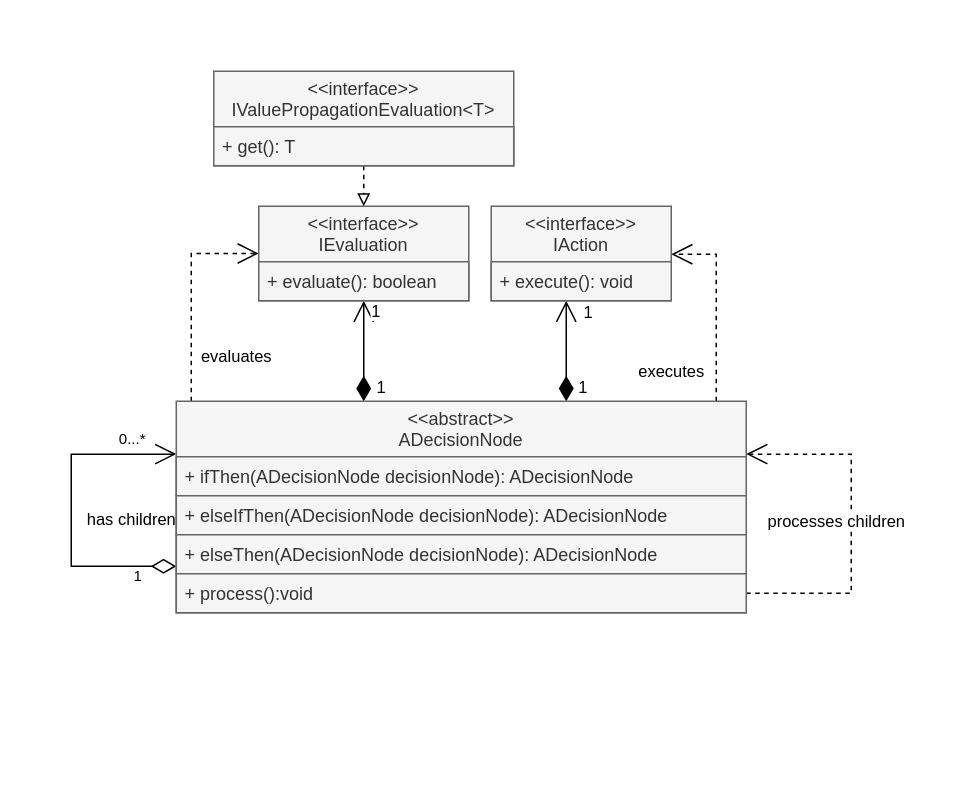
Above: doc/class-diagram.drawio in Hasatori/Decision-Tree-Tool (draw.io), before the change. Source tidied: cells renumbered, new cells numbered last; positions are measured from the earlier drawing's top-left corner, leaving out a move shared by most shapes. Both pictures are drawn from the tidied source at 150%, with x=0, y=0 at pixel (26, 26).
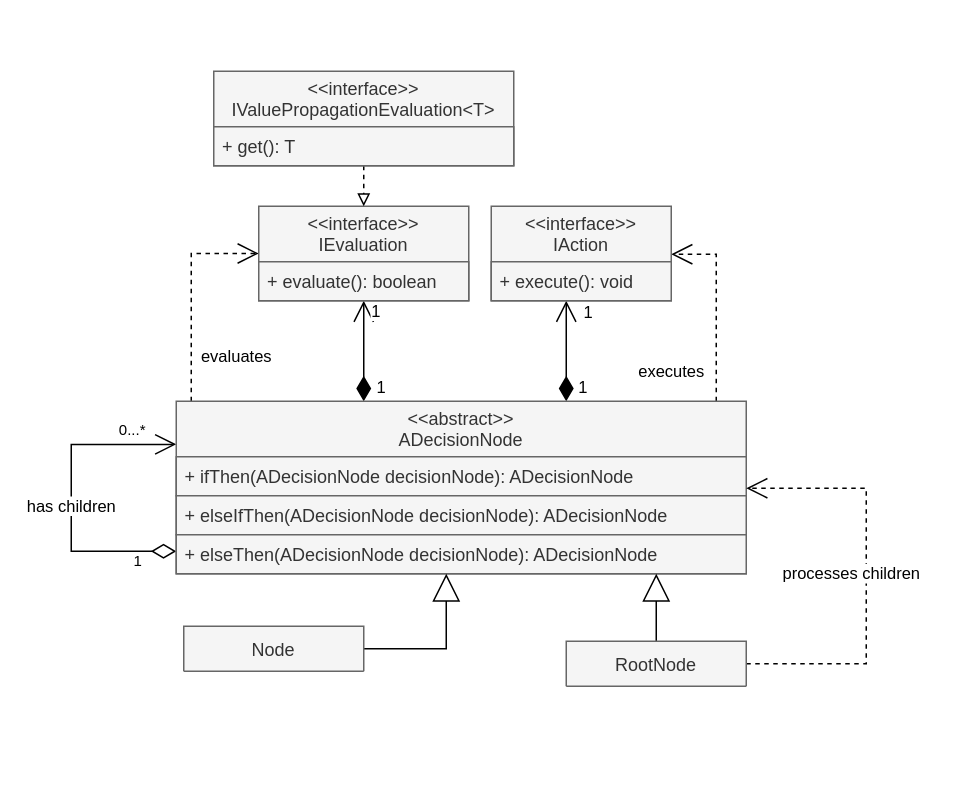
After the change.

Change to the diagram source:
```diff
@@
     <mxCell id="2" style="rounded=0;whiteSpace=wrap;html=1;labelBorderColor=none;strokeColor=none;" parent="1" vertex="1">
-      <mxGeometry width="600" height="440" as="geometry" />
+      <mxGeometry y="10" width="610" height="490" as="geometry" />
     </mxCell>
@@
     <mxCell id="9" value="has children" style="endArrow=open;html=1;endSize=12;startArrow=diamondThin;startSize=14;startFill=0;edgeStyle=orthogonalEdgeStyle;entryX=0;entryY=0.25;entryDx=0;entryDy=0;rounded=0;" parent="1" edge="1" source="12" target="12">
-      <mxGeometry x="-0.06" y="-40" relative="1" as="geometry">
+      <mxGeometry x="-0.05" relative="1" as="geometry">
         <Array as="points">
-          <mxPoint x="30" y="360" />
-          <mxPoint x="30" y="285" />
+          <mxPoint x="30" y="350" />
+          <mxPoint x="30" y="279" />
         </Array>
       </mxGeometry>
     </mxCell>
@@
     <mxCell id="12" value="&lt;&lt;abstract&gt;&gt;&#10;ADecisionNode" style="swimlane;fontStyle=0;horizontal=1;startSize=37;fillColor=#f5f5f5;strokeColor=#666666;fontColor=#333333;" parent="1" vertex="1">
-      <mxGeometry x="100" y="250" width="380" height="141" as="geometry" />
+      <mxGeometry x="100" y="250" width="380" height="115" as="geometry" />
     </mxCell>
@@
-    <mxCell id="16" value="processes children" style="endArrow=open;endSize=12;dashed=1;html=1;exitX=1;exitY=0.5;exitDx=0;exitDy=0;entryX=1;entryY=0.25;entryDx=0;entryDy=0;rounded=0;edgeStyle=orthogonalEdgeStyle;" parent="12" edge="1" source="17" target="12">
-      <mxGeometry x="0.01" y="10" relative="1" as="geometry">
-        <Array as="points">
-          <mxPoint x="450" y="128" />
-          <mxPoint x="450" y="35" />
-        </Array>
-      </mxGeometry>
-    </mxCell>
-    <mxCell id="17" value="+ process():void" style="text;align=left;verticalAlign=top;spacingLeft=4;spacingRight=4;overflow=hidden;points=[[0,0.5],[1,0.5]];portConstraint=eastwest;strokeColor=#666666;fillColor=#f5f5f5;fontColor=#333333;" parent="12" vertex="1">
-      <mxGeometry y="115" width="380" height="26" as="geometry" />
-    </mxCell>
@@
+    <mxCell id="16" value="processes children" style="endArrow=open;endSize=12;dashed=1;html=1;rounded=0;edgeStyle=orthogonalEdgeStyle;exitX=1;exitY=0.5;exitDx=0;exitDy=0;" parent="1" edge="1" source="26" target="12">
+      <mxGeometry x="0.01" y="10" relative="1" as="geometry">
+        <Array as="points">
+          <mxPoint x="560" y="425" />
+          <mxPoint x="560" y="308" />
+        </Array>
+      </mxGeometry>
+    </mxCell>
+    <mxCell id="25" style="endArrow=block;endSize=16;endFill=0;html=1;exitX=0.5;exitY=0;exitDx=0;exitDy=0;rounded=0;edgeStyle=orthogonalEdgeStyle;" parent="1" edge="1" source="26" target="12">
+      <mxGeometry relative="1" as="geometry">
+        <Array as="points">
+          <mxPoint x="420" y="400" />
+          <mxPoint x="420" y="400" />
+        </Array>
+      </mxGeometry>
+    </mxCell>
+    <mxCell id="26" value="RootNode" style="swimlane;fontStyle=0;horizontal=1;startSize=60;fillColor=#f5f5f5;strokeColor=#666666;fontColor=#333333;" parent="1" vertex="1">
+      <mxGeometry x="360" y="410" width="120" height="30" as="geometry" />
+    </mxCell>
+    <mxCell id="27" style="endArrow=block;endSize=16;endFill=0;html=1;rounded=0;edgeStyle=orthogonalEdgeStyle;" parent="1" edge="1" source="28" target="12">
+      <mxGeometry relative="1" as="geometry">
+        <Array as="points">
+          <mxPoint x="280" y="390" />
+          <mxPoint x="280" y="390" />
+        </Array>
+      </mxGeometry>
+    </mxCell>
+    <mxCell id="28" value="Node" style="swimlane;fontStyle=0;horizontal=1;startSize=60;fillColor=#f5f5f5;strokeColor=#666666;fontColor=#333333;" parent="1" vertex="1">
+      <mxGeometry x="105" y="400" width="120" height="30" as="geometry" />
+    </mxCell>
```
